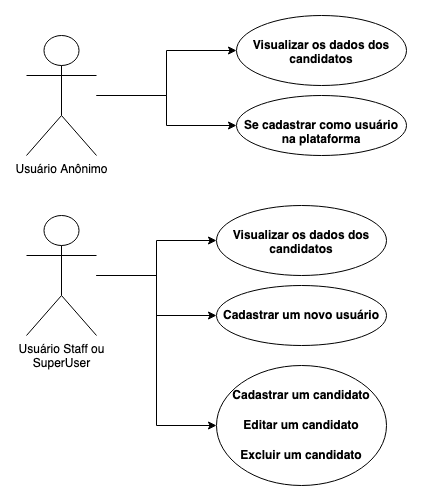
Before: prints/user-case.png, a diagram exported from draw.io (gabrielloliveira/worc). Source tidied: cells renumbered, new cells last; positions are measured from the earlier drawing's top-left corner, leaving out a move shared by most shapes.
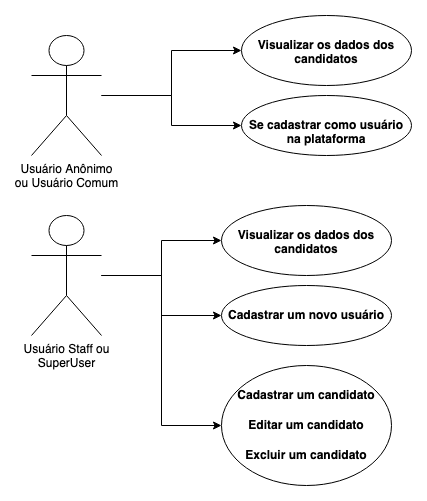
The same file after the commit.

What changed in the source:
```diff
@@ -8,7 +8,7 @@
     <mxCell id="3" style="edgeStyle=orthogonalEdgeStyle;rounded=0;jettySize=auto;html=1;" parent="1" edge="1" source="4" target="12">
       <mxGeometry relative="1" as="geometry" />
     </mxCell>
-    <mxCell id="4" value="Usuário Anônimo" style="shape=umlActor;verticalLabelPosition=bottom;verticalAlign=top;html=1;outlineConnect=0;" parent="1" vertex="1">
+    <mxCell id="4" value="&lt;div&gt;Usuário Anônimo&lt;/div&gt;&lt;div&gt;ou Usuário Comum&lt;br&gt;&lt;/div&gt;" style="shape=umlActor;verticalLabelPosition=bottom;verticalAlign=top;html=1;outlineConnect=0;" parent="1" vertex="1">
       <mxGeometry y="20" width="70" height="120" as="geometry" />
     </mxCell>
     <mxCell id="5" value="&lt;h4&gt;Visualizar os dados dos candidatos&lt;/h4&gt;" style="ellipse;whiteSpace=wrap;html=1;verticalAlign=top;" parent="1" vertex="1">
```
